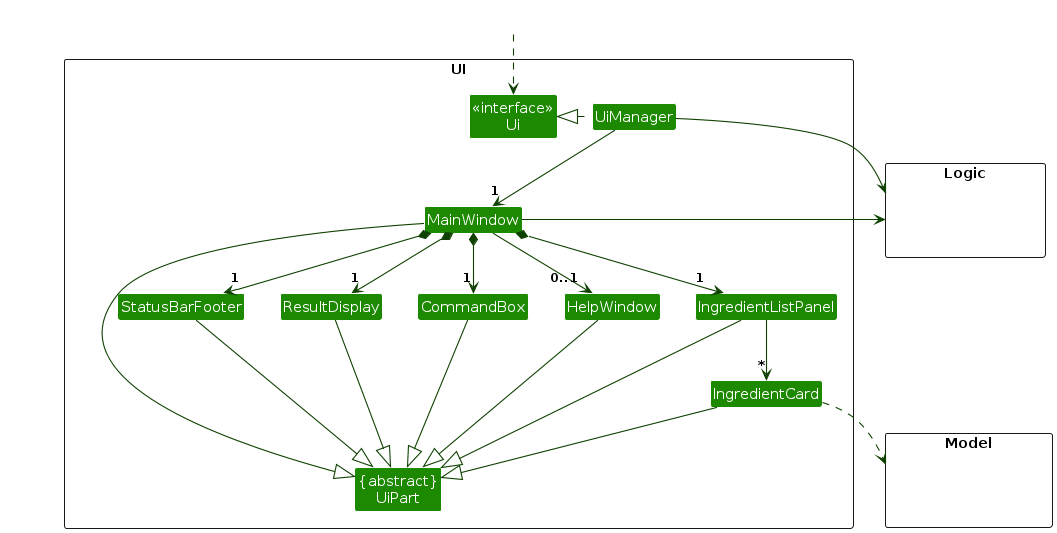
Earlier version of the PlantUML export diagrams/UiClassDiagram.png (prawnzyy/tp). Its source is kept beside it as diagrams/UiClassDiagram.puml. Its diagram source:
```plantuml
@startuml
!include style.puml
skinparam arrowThickness 1.1
skinparam arrowColor UI_COLOR_T4
skinparam classBackgroundColor UI_COLOR

package UI <<Rectangle>>{
Class "<<interface>>\nUi" as Ui
Class "{abstract}\nUiPart" as UiPart
Class UiManager
Class MainWindow
Class HelpWindow
Class ResultDisplay
Class IngredientListPanel
Class IngredientCard
Class StatusBarFooter
Class CommandBox
}

package Model <<Rectangle>> {
Class HiddenModel #FFFFFF
}

package Logic <<Rectangle>> {
Class HiddenLogic #FFFFFF
}

Class HiddenOutside #FFFFFF
HiddenOutside ..> Ui

UiManager .left.|> Ui
UiManager -down-> "1" MainWindow
MainWindow *-down->  "1" CommandBox
MainWindow *-down-> "1" ResultDisplay
MainWindow *-down-> "1" IngredientListPanel
MainWindow *-down-> "1" StatusBarFooter
MainWindow --> "0..1" HelpWindow

IngredientListPanel -down-> "*" IngredientCard

MainWindow -left-|> UiPart

ResultDisplay --|> UiPart
CommandBox --|> UiPart
IngredientListPanel --|> UiPart
IngredientCard --|> UiPart
StatusBarFooter --|> UiPart
HelpWindow --|> UiPart

IngredientCard ..> Model
UiManager -right-> Logic
MainWindow -left-> Logic

IngredientListPanel -[hidden]left- HelpWindow
HelpWindow -[hidden]left- CommandBox
CommandBox -[hidden]left- ResultDisplay
ResultDisplay -[hidden]left- StatusBarFooter

MainWindow -[hidden]-|> UiPart
@enduml
```
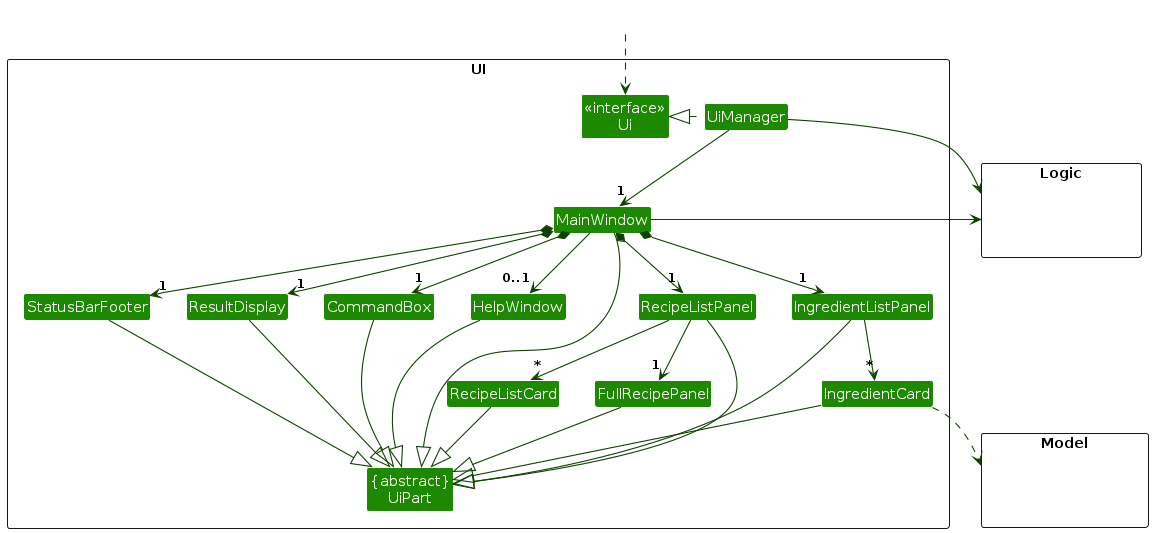
Above is the later version.

Change to the diagram source:
```diff
@@ -13,6 +13,9 @@
 Class ResultDisplay
 Class IngredientListPanel
 Class IngredientCard
+Class RecipeListPanel
+Class RecipeListCard
+Class FullRecipePanel
 Class StatusBarFooter
 Class CommandBox
 }
@@ -33,10 +36,14 @@
 MainWindow *-down->  "1" CommandBox
 MainWindow *-down-> "1" ResultDisplay
 MainWindow *-down-> "1" IngredientListPanel
+MainWindow *-down-> "1" RecipeListPanel
 MainWindow *-down-> "1" StatusBarFooter
 MainWindow --> "0..1" HelpWindow
 
 IngredientListPanel -down-> "*" IngredientCard
+
+RecipeListPanel -down-> "*" RecipeListCard
+RecipeListPanel -down-> "1" FullRecipePanel
 
 MainWindow -left-|> UiPart
 
@@ -44,6 +51,9 @@
 CommandBox --|> UiPart
 IngredientListPanel --|> UiPart
 IngredientCard --|> UiPart
+RecipeListPanel --|> UiPart
+RecipeListCard --|> UiPart
+FullRecipePanel --|> UiPart
 StatusBarFooter --|> UiPart
 HelpWindow --|> UiPart
 
```
